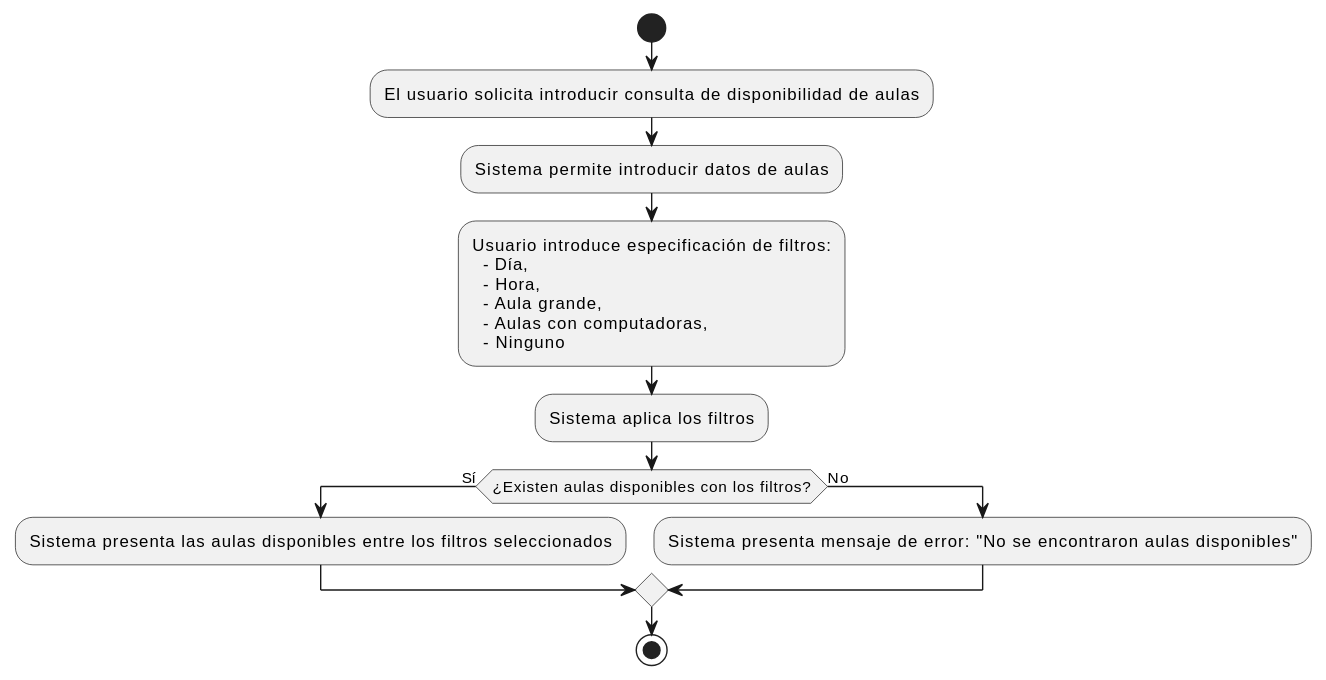
Above: casosDeUso/imagenes/VerDisponibilidadDeAulas.svg in mmasias/24-25-IdSw1-SDR (PlantUML), before the change. Its diagram source:
```plantuml
@startuml
start
:El usuario solicita introducir consulta de disponibilidad de aulas;
:Sistema permite introducir datos de aulas;
:Usuario introduce especificación de filtros:
  - Día,
  - Hora,
  - Aula grande,
  - Aulas con computadoras,
  - Ninguno;
:Sistema aplica los filtros;
  if (¿Existen aulas disponibles con los filtros?) then (Sí)
    :Sistema presenta las aulas disponibles entre los filtros seleccionados;
  else (No)
    :Sistema presenta mensaje de error: "No se encontraron aulas disponibles";
  endif
stop
@enduml
```
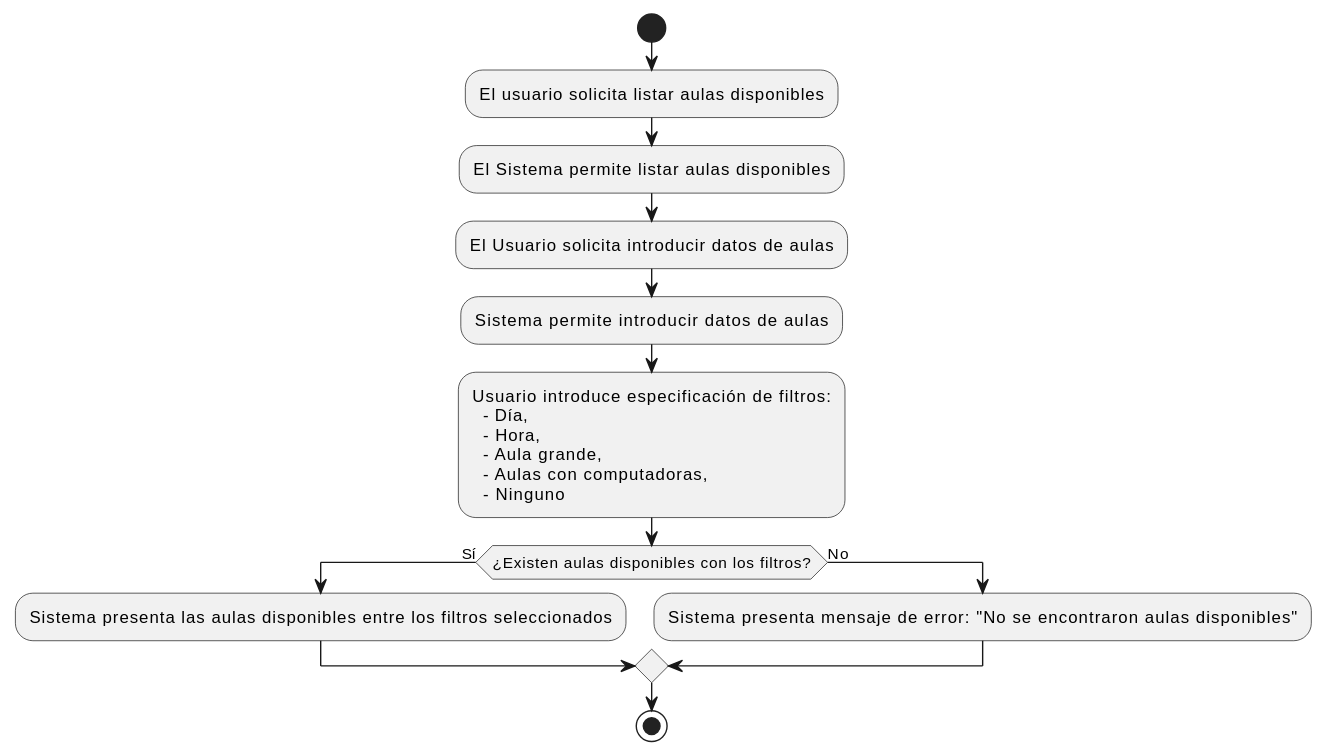
Later version of the same file.

Change to the diagram source:
```diff
@@ -1,6 +1,8 @@
 @startuml
 start
-:El usuario solicita introducir consulta de disponibilidad de aulas;
+:El usuario solicita listar aulas disponibles;
+:El Sistema permite listar aulas disponibles;
+:El Usuario solicita introducir datos de aulas;
 :Sistema permite introducir datos de aulas;
 :Usuario introduce especificación de filtros:
   - Día,
@@ -8,11 +10,10 @@
   - Aula grande,
   - Aulas con computadoras,
   - Ninguno;
-:Sistema aplica los filtros;
-  if (¿Existen aulas disponibles con los filtros?) then (Sí)
-    :Sistema presenta las aulas disponibles entre los filtros seleccionados;
-  else (No)
-    :Sistema presenta mensaje de error: "No se encontraron aulas disponibles";
-  endif
+if (¿Existen aulas disponibles con los filtros?) then (Sí)
+  :Sistema presenta las aulas disponibles entre los filtros seleccionados;
+else (No)
+  :Sistema presenta mensaje de error: "No se encontraron aulas disponibles";
+endif
 stop
 @enduml
```
